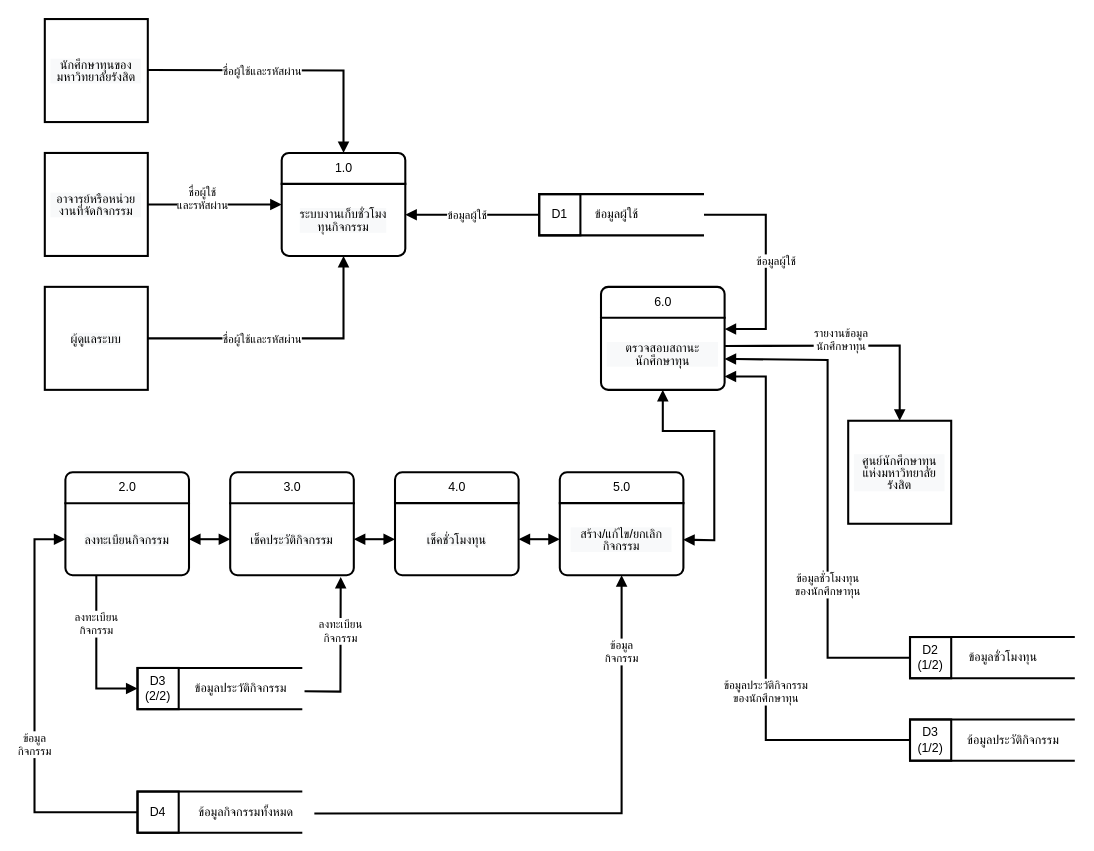
Before: page "Data Flow Diagram" (3 of 4) of Entity Relationship Diagram.drawio in 8luex/collecting_scholarship, a draw.io diagram. Source tidied: cells renumbered, new cells numbered last; positions are measured from the earlier drawing's top-left corner, leaving out a move shared by most shapes. Both pictures are drawn from the tidied source at 103%, with x=0, y=0 at pixel (34, 19).
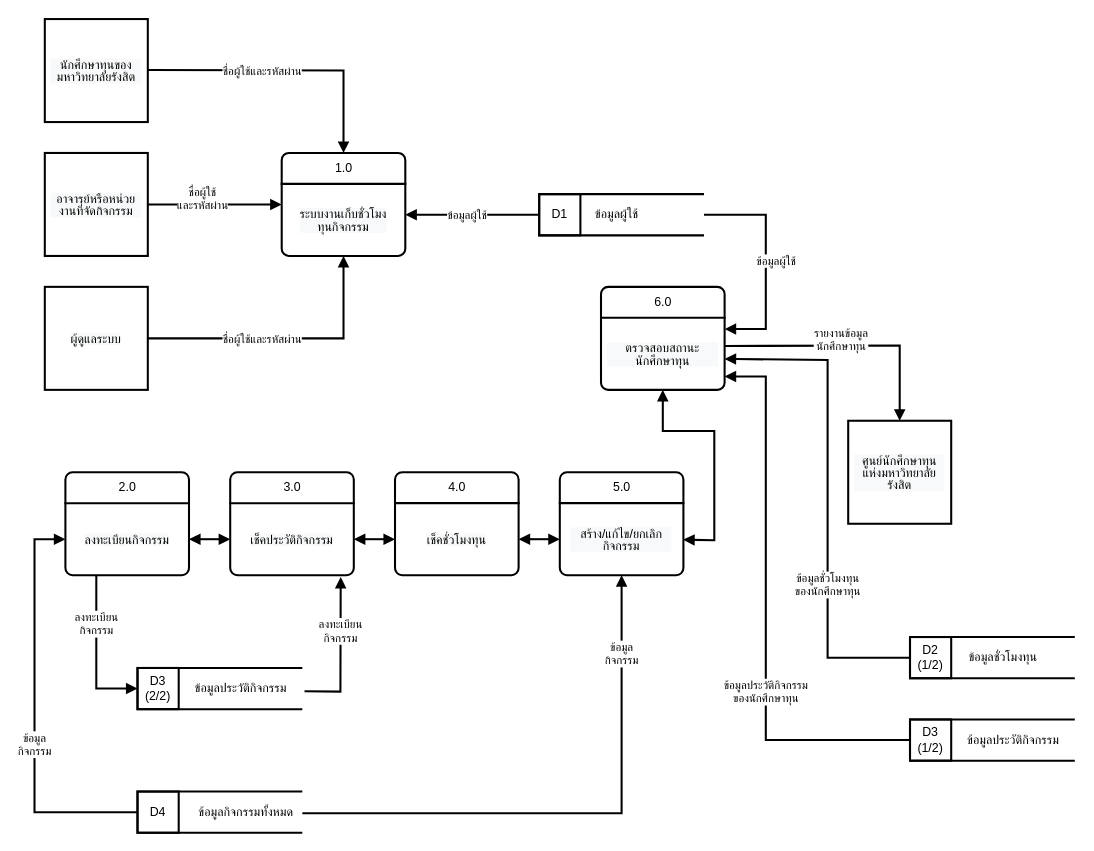
Above is the later version.

Unchanged cells that the change refers to:
```xml
<mxCell id="60" style="rounded=1;whiteSpace=wrap;html=1;absoluteArcSize=1;arcSize=14;strokeWidth=2;fillColor=none;" parent="59" vertex="1">
  <mxGeometry width="120" height="100" as="geometry" />
</mxCell>
<mxCell id="92" value="ข้อมูลกิจกรรมทั้งหมด" style="text;html=1;align=center;verticalAlign=middle;points=[];fillColor=none;strokeColor=none;rounded=0;strokeWidth=2;fontColor=#000000;" parent="89" vertex="1">
  <mxGeometry x="40" y="5" width="130" height="30" as="geometry" />
</mxCell>
```

Diff of the diagram source:
```diff
@@
-    <mxCell id="94" value="&lt;font color=&quot;#000000&quot;&gt;ข้อมูล&lt;br&gt;กิจกรรม&lt;/font&gt;" style="html=1;verticalAlign=bottom;endArrow=block;rounded=0;strokeWidth=2;fontColor=#095C86;fillColor=none;exitX=1.013;exitY=0.544;exitDx=0;exitDy=0;entryX=0.5;entryY=1;entryDx=0;entryDy=0;exitPerimeter=0;" parent="1" edge="1" source="92" target="60">
+    <mxCell id="94" value="&lt;font color=&quot;#000000&quot;&gt;ข้อมูล&lt;br&gt;กิจกรรม&lt;/font&gt;" style="html=1;verticalAlign=bottom;endArrow=block;rounded=0;strokeWidth=2;fontColor=#095C86;fillColor=none;entryX=0.5;entryY=1;entryDx=0;entryDy=0;" parent="1" edge="1" target="60">
       <mxGeometry x="0.66" relative="1" as="geometry">
+        <mxPoint x="260" y="771" as="sourcePoint" />
         <Array as="points">
           <mxPoint x="570" y="771" />
         </Array>
       </mxGeometry>
     </mxCell>
```
